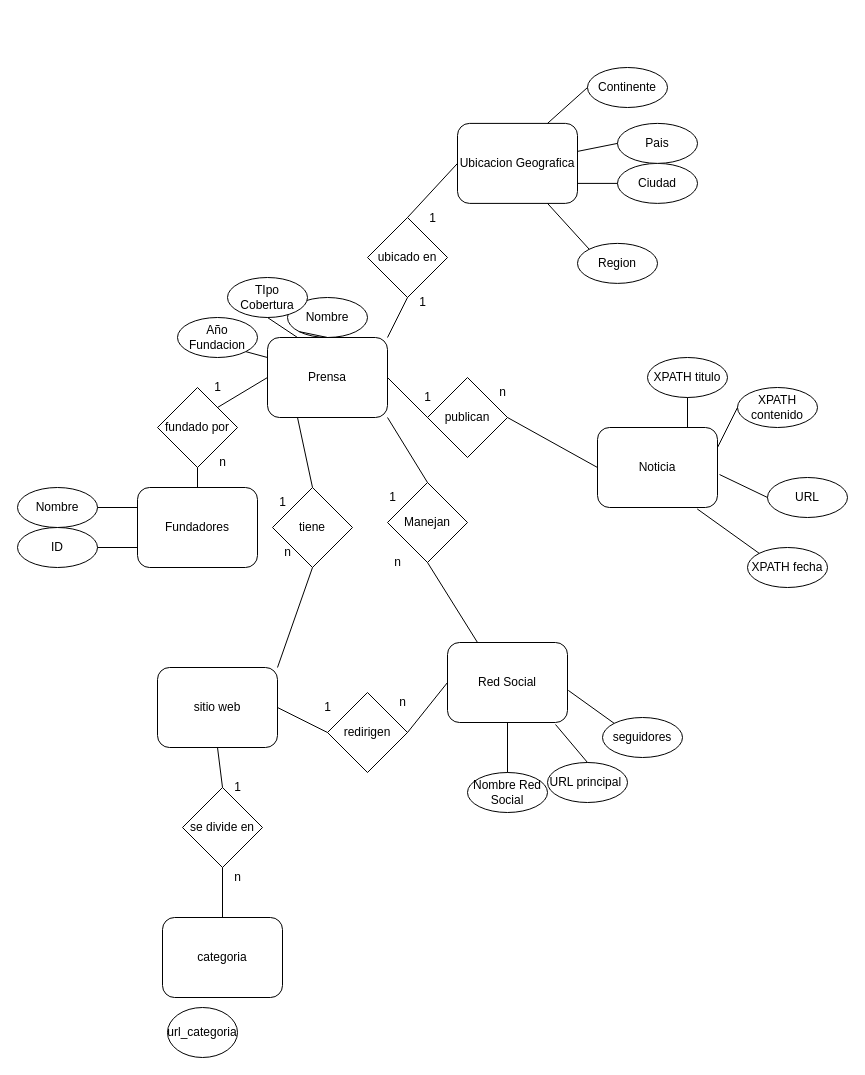
The draw.io diagram Parte-A/CubaMedios.drawio in Paskiben/INFO133-equipo12, before the edit. Source tidied: cells renumbered, new cells numbered last; positions are measured from the earlier drawing's top-left corner, leaving out a move shared by most shapes. Both pictures are drawn from the tidied source at 100%, with x=0, y=0 at pixel (17, 67).
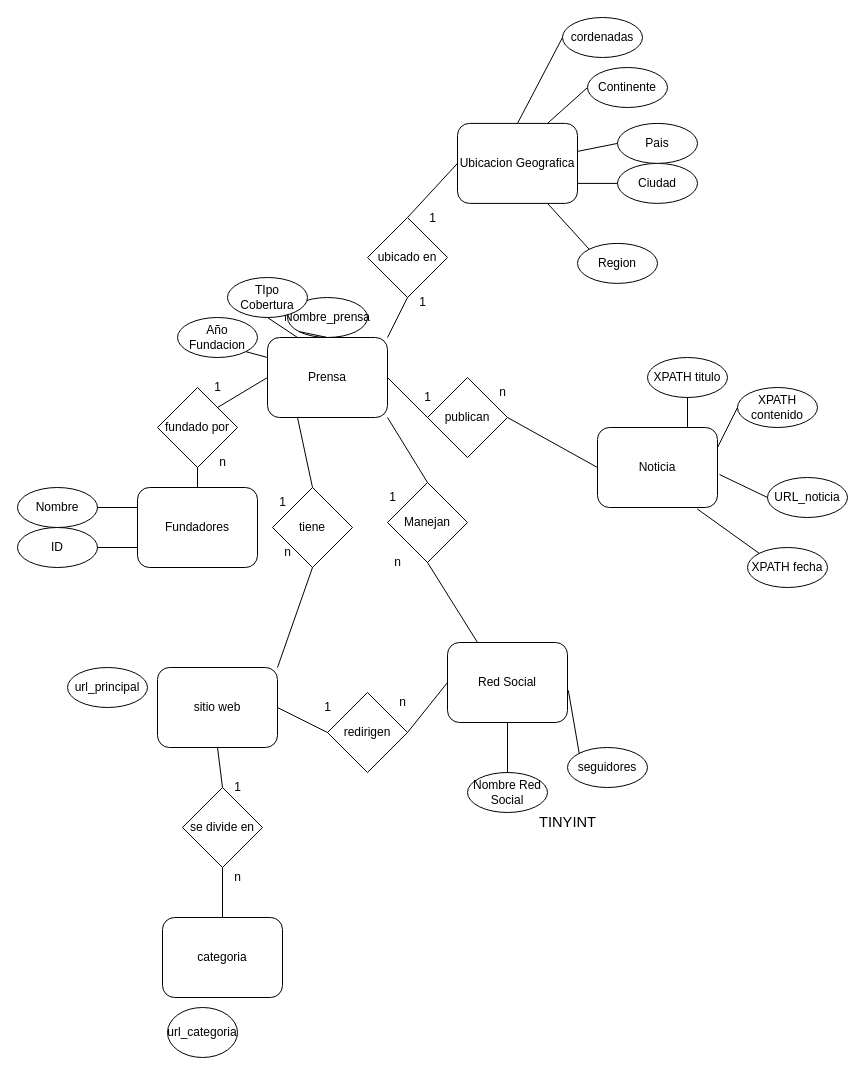
The same diagram, later.

Commit message:
añadi mas detalles a las entidades, PK a todos

Unchanged cells that the change refers to:
```xml
<mxCell id="13" value="Ubicacion Geografica" style="rounded=1;whiteSpace=wrap;html=1;" parent="1" vertex="1">
  <mxGeometry x="440" y="55.9" width="120" height="80" as="geometry" />
</mxCell>
<mxCell id="14" value="Red Social" style="rounded=1;whiteSpace=wrap;html=1;" parent="1" vertex="1">
  <mxGeometry x="430" y="575" width="120" height="80" as="geometry" />
</mxCell>
```

Diff of the diagram source:
```diff
@@
-    <mxCell id="2" value="Nombre" style="ellipse;whiteSpace=wrap;html=1;" parent="1" vertex="1">
+    <mxCell id="2" value="Nombre_prensa" style="ellipse;whiteSpace=wrap;html=1;" parent="1" vertex="1">
       <mxGeometry x="270" y="230" width="80" height="40" as="geometry" />
     </mxCell>
@@
-    <mxCell id="17" value="URL principal&amp;nbsp;" style="ellipse;whiteSpace=wrap;html=1;" parent="1" vertex="1">
-      <mxGeometry x="530" y="695" width="80" height="40" as="geometry" />
-    </mxCell>
-    <mxCell id="18" style="endArrow=none;html=1;entryX=0.5;entryY=0;entryDx=0;entryDy=0;exitX=0.9;exitY=1.025;exitDx=0;exitDy=0;exitPerimeter=0;" parent="1" edge="1" source="14" target="17">
-      <mxGeometry relative="1" as="geometry" />
-    </mxCell>
@@
-    <mxCell id="30" value="URL" style="ellipse;whiteSpace=wrap;html=1;" parent="1" vertex="1">
+    <mxCell id="30" value="URL_noticia" style="ellipse;whiteSpace=wrap;html=1;" parent="1" vertex="1">
       <mxGeometry x="750" y="410" width="80" height="40" as="geometry" />
     </mxCell>
@@
     <mxCell id="58" value="seguidores" style="ellipse;whiteSpace=wrap;html=1;" parent="1" vertex="1">
-      <mxGeometry x="585" y="650" width="80" height="40" as="geometry" />
+      <mxGeometry x="550" y="680" width="80" height="40" as="geometry" />
     </mxCell>
@@
+    <mxCell id="78" value="&lt;span id=&quot;docs-internal-guid-e5f12cf5-7fff-06d8-b224-874fa55c8236&quot; style=&quot;font-size: 11pt; font-family: Arial; color: rgb(0, 0, 0); background-color: transparent; font-weight: 400; font-style: normal; font-variant: normal; text-decoration: none; vertical-align: baseline;&quot;&gt;TINYINT&lt;/span&gt;" style="text;whiteSpace=wrap;html=1;" parent="1" vertex="1">
+      <mxGeometry x="520" y="740" width="90" height="40" as="geometry" />
+    </mxCell>
+    <mxCell id="79" value="url_principal" style="ellipse;whiteSpace=wrap;html=1;" parent="1" vertex="1">
+      <mxGeometry x="50" y="600" width="80" height="40" as="geometry" />
+    </mxCell>
+    <mxCell id="80" value="cordenadas" style="ellipse;whiteSpace=wrap;html=1;" parent="1" vertex="1">
+      <mxGeometry x="545" y="-50" width="80" height="40" as="geometry" />
+    </mxCell>
+    <mxCell id="81" style="endArrow=none;html=1;exitX=0.5;exitY=0;exitDx=0;exitDy=0;entryX=0;entryY=0.5;entryDx=0;entryDy=0;" parent="1" edge="1" source="13" target="80">
+      <mxGeometry relative="1" as="geometry" />
+    </mxCell>
```
